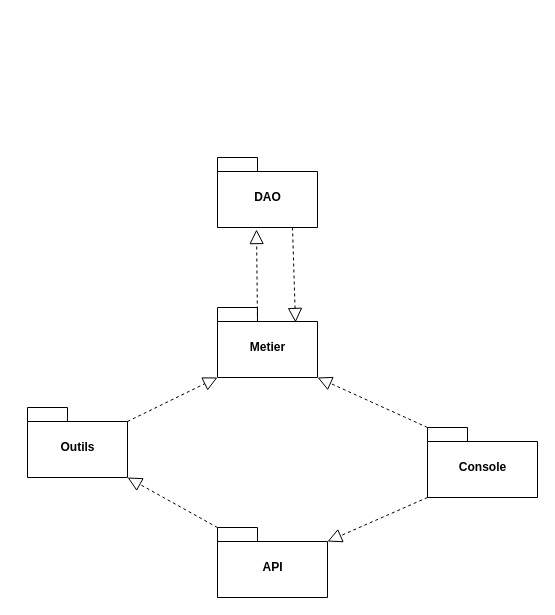
Above: package.drawio in id1617/ProjetInfo2A (draw.io), before the change. Source tidied: cells renumbered, new cells numbered last; positions are measured from the earlier drawing's top-left corner, leaving out a move shared by most shapes. Both pictures are drawn from the tidied source at 100%, with x=0, y=0 at pixel (27, 157).
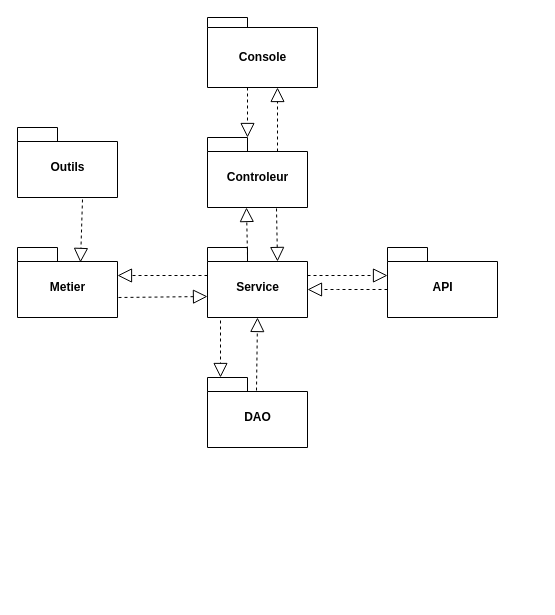
After the change.

The edit, as a diff of the source:
```diff
@@
     <mxCell id="2" value="DAO" style="shape=folder;fontStyle=1;spacingTop=10;tabWidth=40;tabHeight=14;tabPosition=left;html=1;" parent="1" vertex="1">
-      <mxGeometry x="190" width="100" height="70" as="geometry" />
+      <mxGeometry x="180" y="220" width="100" height="70" as="geometry" />
     </mxCell>
     <mxCell id="3" value="Outils" style="shape=folder;fontStyle=1;spacingTop=10;tabWidth=40;tabHeight=14;tabPosition=left;html=1;" parent="1" vertex="1">
-      <mxGeometry y="250" width="100" height="70" as="geometry" />
+      <mxGeometry x="-10" y="-30" width="100" height="70" as="geometry" />
     </mxCell>
-    <mxCell id="4" value="Console" style="shape=folder;fontStyle=1;spacingTop=10;tabWidth=40;tabHeight=14;tabPosition=left;html=1;" parent="1" vertex="1">
-      <mxGeometry x="400" y="270" width="110" height="70" as="geometry" />
+    <mxCell id="4" value="Console" style="shape=folder;fontStyle=1;spacingTop=10;tabWidth=40;tabHeight=10;tabPosition=left;html=1;" parent="1" vertex="1">
+      <mxGeometry x="180" y="-140" width="110" height="70" as="geometry" />
     </mxCell>
-    <mxCell id="5" value="API" style="shape=folder;fontStyle=1;spacingTop=10;tabWidth=40;tabHeight=14;tabPosition=left;html=1;" parent="1" vertex="1">
-      <mxGeometry x="190" y="370" width="110" height="70" as="geometry" />
-    </mxCell>
     <mxCell id="6" value="Metier" style="shape=folder;fontStyle=1;spacingTop=10;tabWidth=40;tabHeight=14;tabPosition=left;html=1;" parent="1" vertex="1">
-      <mxGeometry x="190" y="150" width="100" height="70" as="geometry" />
+      <mxGeometry x="-10" y="90" width="100" height="70" as="geometry" />
     </mxCell>
-    <mxCell id="7" style="endArrow=block;dashed=1;endFill=0;endSize=12;html=1;exitX=0.75;exitY=1;exitDx=0;exitDy=0;exitPerimeter=0;entryX=0.78;entryY=0.214;entryDx=0;entryDy=0;entryPerimeter=0;" parent="1" edge="1" source="2" target="6">
+    <mxCell id="7" style="endArrow=block;dashed=1;endFill=0;endSize=12;html=1;exitX=0;exitY=0;exitDx=0;exitDy=28;exitPerimeter=0;entryX=0;entryY=0;entryDx=100;entryDy=28;entryPerimeter=0;" parent="1" edge="1" source="13" target="6">
       <mxGeometry relative="1" as="geometry" />
     </mxCell>
-    <mxCell id="8" style="endArrow=block;dashed=1;endFill=0;endSize=12;html=1;exitX=0;exitY=0;exitDx=40;exitDy=14;exitPerimeter=0;entryX=0.39;entryY=1.029;entryDx=0;entryDy=0;entryPerimeter=0;" parent="1" edge="1" source="6" target="2">
-      <mxGeometry relative="1" as="geometry" />
+    <mxCell id="8" style="endArrow=block;dashed=1;endFill=0;endSize=12;html=1;entryX=0;entryY=0.7;entryDx=0;entryDy=0;entryPerimeter=0;" parent="1" edge="1" target="13">
+      <mxGeometry relative="1" as="geometry">
+        <mxPoint x="91" y="140" as="sourcePoint" />
+      </mxGeometry>
     </mxCell>
-    <mxCell id="9" style="endArrow=block;dashed=1;endFill=0;endSize=12;html=1;exitX=0;exitY=0;exitDx=0;exitDy=70;exitPerimeter=0;entryX=0;entryY=0;entryDx=110;entryDy=14;entryPerimeter=0;" parent="1" edge="1" source="4" target="5">
-      <mxGeometry relative="1" as="geometry" />
+    <mxCell id="9" style="endArrow=block;dashed=1;endFill=0;endSize=12;html=1;exitX=0;exitY=0;exitDx=70;exitDy=14;exitPerimeter=0;" parent="1" edge="1" source="14">
+      <mxGeometry relative="1" as="geometry">
+        <mxPoint x="250" y="-70" as="targetPoint" />
+      </mxGeometry>
     </mxCell>
-    <mxCell id="10" style="endArrow=block;dashed=1;endFill=0;endSize=12;html=1;exitX=0;exitY=0;exitDx=0;exitDy=0;exitPerimeter=0;entryX=0;entryY=0;entryDx=100;entryDy=70;entryPerimeter=0;" parent="1" edge="1" source="5" target="3">
+    <mxCell id="10" style="endArrow=block;dashed=1;endFill=0;endSize=12;html=1;entryX=0.63;entryY=0.214;entryDx=0;entryDy=0;entryPerimeter=0;exitX=0.65;exitY=1.029;exitDx=0;exitDy=0;exitPerimeter=0;" parent="1" edge="1" source="3" target="6">
       <mxGeometry relative="1" as="geometry" />
     </mxCell>
-    <mxCell id="11" style="endArrow=block;dashed=1;endFill=0;endSize=12;html=1;exitX=0;exitY=0;exitDx=100;exitDy=14;exitPerimeter=0;entryX=0;entryY=0;entryDx=100;entryDy=70;entryPerimeter=0;" parent="1" edge="1" source="3">
-      <mxGeometry relative="1" as="geometry">
-        <mxPoint x="190" y="220" as="targetPoint" />
-      </mxGeometry>
+    <mxCell id="11" style="endArrow=block;dashed=1;endFill=0;endSize=12;html=1;exitX=0.49;exitY=0.186;exitDx=0;exitDy=0;exitPerimeter=0;entryX=0.5;entryY=1;entryDx=0;entryDy=0;entryPerimeter=0;" parent="1" edge="1" source="2" target="13">
+      <mxGeometry relative="1" as="geometry" />
     </mxCell>
-    <mxCell id="12" style="endArrow=block;dashed=1;endFill=0;endSize=12;html=1;exitX=0;exitY=0;exitDx=0;exitDy=0;exitPerimeter=0;entryX=0;entryY=0;entryDx=100;entryDy=70;entryPerimeter=0;" parent="1" edge="1" source="4" target="6">
-      <mxGeometry relative="1" as="geometry" />
+    <mxCell id="12" style="endArrow=block;dashed=1;endFill=0;endSize=12;html=1;entryX=0;entryY=0;entryDx=40;entryDy=0;entryPerimeter=0;" parent="1" edge="1" target="14">
+      <mxGeometry relative="1" as="geometry">
+        <mxPoint x="220" y="-70" as="sourcePoint" />
+      </mxGeometry>
     </mxCell>
+    <mxCell id="13" value="Service" style="shape=folder;fontStyle=1;spacingTop=10;tabWidth=40;tabHeight=14;tabPosition=left;html=1;" parent="1" vertex="1">
+      <mxGeometry x="180" y="90" width="100" height="70" as="geometry" />
+    </mxCell>
+    <mxCell id="14" value="Controleur" style="shape=folder;fontStyle=1;spacingTop=10;tabWidth=40;tabHeight=14;tabPosition=left;html=1;" parent="1" vertex="1">
+      <mxGeometry x="180" y="-20" width="100" height="70" as="geometry" />
+    </mxCell>
+    <mxCell id="15" style="endArrow=block;dashed=1;endFill=0;endSize=12;html=1;exitX=0.13;exitY=1.043;exitDx=0;exitDy=0;exitPerimeter=0;" parent="1" edge="1" source="13">
+      <mxGeometry relative="1" as="geometry">
+        <mxPoint x="193" y="220" as="targetPoint" />
+      </mxGeometry>
+    </mxCell>
+    <mxCell id="16" style="endArrow=block;dashed=1;endFill=0;endSize=12;html=1;exitX=0;exitY=0;exitDx=0;exitDy=42;exitPerimeter=0;entryX=0;entryY=0;entryDx=100;entryDy=42;entryPerimeter=0;" parent="1" edge="1" source="5" target="13">
+      <mxGeometry relative="1" as="geometry">
+        <Array as="points">
+          <mxPoint x="320" y="132" />
+        </Array>
+      </mxGeometry>
+    </mxCell>
+    <mxCell id="5" value="API" style="shape=folder;fontStyle=1;spacingTop=10;tabWidth=40;tabHeight=14;tabPosition=left;html=1;" parent="1" vertex="1">
+      <mxGeometry x="360" y="90" width="110" height="70" as="geometry" />
+    </mxCell>
+    <mxCell id="17" style="endArrow=block;dashed=1;endFill=0;endSize=12;html=1;exitX=0;exitY=0;exitDx=100;exitDy=28;exitPerimeter=0;entryX=0;entryY=0;entryDx=0;entryDy=28;entryPerimeter=0;" parent="1" edge="1" source="13" target="5">
+      <mxGeometry relative="1" as="geometry" />
+    </mxCell>
+    <mxCell id="18" style="endArrow=block;dashed=1;endFill=0;endSize=12;html=1;exitX=0.4;exitY=0.114;exitDx=0;exitDy=0;exitPerimeter=0;entryX=0;entryY=0;entryDx=100;entryDy=28;entryPerimeter=0;" parent="1" edge="1" source="13">
+      <mxGeometry relative="1" as="geometry">
+        <mxPoint x="219" y="50" as="targetPoint" />
+      </mxGeometry>
+    </mxCell>
+    <mxCell id="19" style="endArrow=block;dashed=1;endFill=0;endSize=12;html=1;entryX=0;entryY=0;entryDx=70;entryDy=14;entryPerimeter=0;exitX=0.69;exitY=1.014;exitDx=0;exitDy=0;exitPerimeter=0;" parent="1" edge="1" source="14" target="13">
+      <mxGeometry relative="1" as="geometry" />
+    </mxCell>
```
